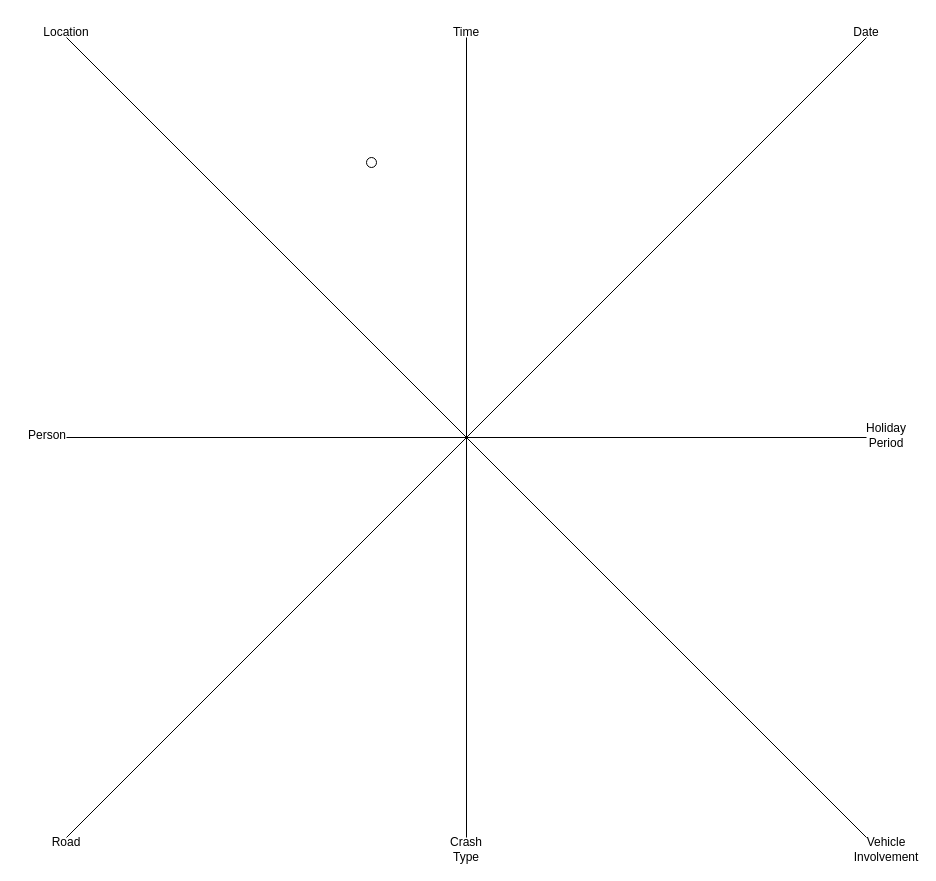
This is Starnet Diagram 2.drawio from NekoTRSH/Drawing, a draw.io file, before an edit. Source tidied: cells renumbered, new cells numbered last; positions are measured from the earlier drawing's top-left corner, leaving out a move shared by most shapes. Both pictures are drawn from the tidied source at 100%, with x=0, y=0 at pixel (17, 17).
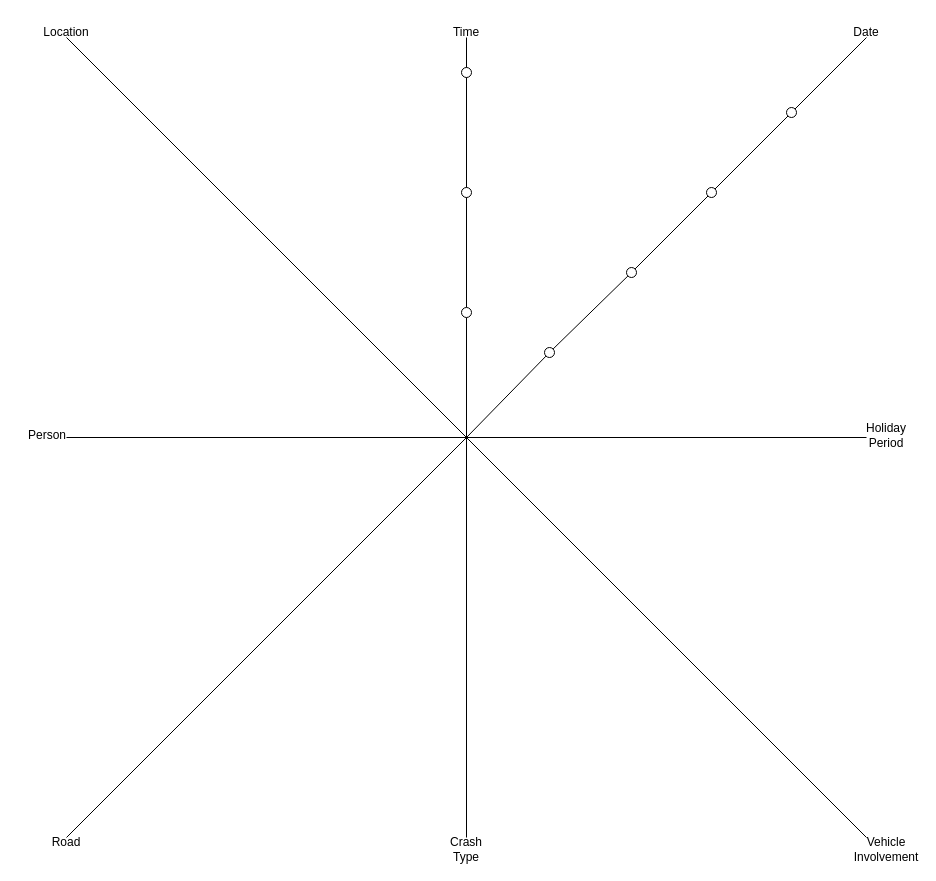
The same diagram, later.

The edit, as a diff of the source:
```diff
@@
-    <mxCell id="2" style="endArrow=none;html=1;rounded=0;" parent="1" edge="1">
+    <mxCell id="2" style="endArrow=none;html=1;rounded=0;" parent="1" edge="1" source="10">
       <mxGeometry relative="1" as="geometry">
-        <mxPoint x="449" y="420" as="sourcePoint" />
         <mxPoint x="449" y="20" as="targetPoint" />
       </mxGeometry>
     </mxCell>
@@
-    <mxCell id="7" style="endArrow=none;html=1;rounded=0;" parent="1" edge="1">
+    <mxCell id="7" style="endArrow=none;html=1;rounded=0;" parent="1" edge="1" source="23">
       <mxGeometry relative="1" as="geometry">
-        <mxPoint x="849" y="20" as="sourcePoint" />
         <mxPoint x="449" y="420" as="targetPoint" />
       </mxGeometry>
     </mxCell>
@@
-    <mxCell id="10" style="ellipse;whiteSpace=wrap;html=1;" parent="1" vertex="1">
-      <mxGeometry x="349" y="140" width="10" height="10" as="geometry" />
-    </mxCell>
@@
+    <mxCell id="19" style="endArrow=none;html=1;rounded=0;" parent="1" edge="1" target="10">
+      <mxGeometry relative="1" as="geometry">
+        <mxPoint x="449" y="420" as="sourcePoint" />
+      </mxGeometry>
+    </mxCell>
+    <mxCell id="10" style="ellipse;whiteSpace=wrap;html=1;" parent="1" vertex="1">
+      <mxGeometry x="444" y="290" width="10" height="10" as="geometry" />
+    </mxCell>
+    <mxCell id="20" style="ellipse;whiteSpace=wrap;html=1;" parent="1" vertex="1">
+      <mxGeometry x="444" y="170" width="10" height="10" as="geometry" />
+    </mxCell>
+    <mxCell id="21" style="ellipse;whiteSpace=wrap;html=1;" parent="1" vertex="1">
+      <mxGeometry x="444" y="50" width="10" height="10" as="geometry" />
+    </mxCell>
+    <mxCell id="22" style="endArrow=none;html=1;rounded=0;" parent="1" edge="1" source="25" target="23">
+      <mxGeometry relative="1" as="geometry" />
+    </mxCell>
+    <mxCell id="23" style="ellipse;whiteSpace=wrap;html=1;" parent="1" vertex="1">
+      <mxGeometry x="527" y="330" width="10" height="10" as="geometry" />
+    </mxCell>
+    <mxCell id="24" style="endArrow=none;html=1;rounded=0;" parent="1" edge="1" target="25">
+      <mxGeometry relative="1" as="geometry">
+        <mxPoint x="849" y="20" as="sourcePoint" />
+      </mxGeometry>
+    </mxCell>
+    <mxCell id="25" style="ellipse;whiteSpace=wrap;html=1;" parent="1" vertex="1">
+      <mxGeometry x="609" y="250" width="10" height="10" as="geometry" />
+    </mxCell>
+    <mxCell id="26" style="ellipse;whiteSpace=wrap;html=1;" parent="1" vertex="1">
+      <mxGeometry x="689" y="170" width="10" height="10" as="geometry" />
+    </mxCell>
+    <mxCell id="27" style="ellipse;whiteSpace=wrap;html=1;" parent="1" vertex="1">
+      <mxGeometry x="769" y="90" width="10" height="10" as="geometry" />
+    </mxCell>
```
